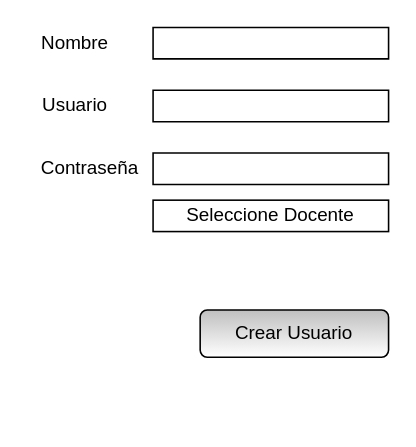
This is page "Registro Alumno" (2 of 4) of Formularios.drawio from fdearmas96/ObligatorioP1, a draw.io file, before an edit. Source tidied: cells renumbered, new cells numbered last; positions are measured from the earlier drawing's top-left corner, leaving out a move shared by most shapes. Both pictures are drawn from the tidied source at 157%, with x=0, y=0 at pixel (27, 27).
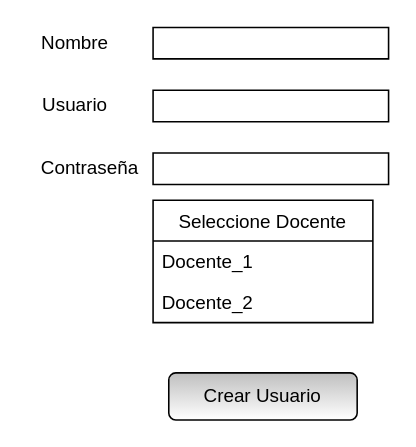
Above is the later version.

What changed in the source:
```diff
@@
 <mxGraphModel>
   <root>
     <mxCell id="0" />
     <mxCell id="1" parent="0" />
     <mxCell id="2" style="verticalLabelPosition=bottom;verticalAlign=top;html=1;shape=mxgraph.basic.rect;fillColor2=none;strokeWidth=1;size=20;indent=5;" parent="1" vertex="1">
       <mxGeometry x="80" width="150" height="20" as="geometry" />
     </mxCell>
     <mxCell id="3" value="Nombre" style="text;html=1;align=center;verticalAlign=middle;strokeColor=none;" parent="1" vertex="1">
       <mxGeometry width="60" height="20" as="geometry" />
     </mxCell>
     <mxCell id="4" style="verticalLabelPosition=bottom;verticalAlign=top;html=1;shape=mxgraph.basic.rect;fillColor2=none;strokeWidth=1;size=20;indent=5;" parent="1" vertex="1">
       <mxGeometry x="80" y="40" width="150" height="20" as="geometry" />
     </mxCell>
     <mxCell id="5" value="Usuario" style="text;html=1;align=center;verticalAlign=middle;strokeColor=none;" parent="1" vertex="1">
       <mxGeometry y="40" width="60" height="20" as="geometry" />
     </mxCell>
     <mxCell id="6" style="verticalLabelPosition=bottom;verticalAlign=top;html=1;shape=mxgraph.basic.rect;fillColor2=none;strokeWidth=1;size=20;indent=5;" parent="1" vertex="1">
       <mxGeometry x="80" y="80" width="150" height="20" as="geometry" />
     </mxCell>
     <mxCell id="7" value="Contraseña" style="text;html=1;strokeColor=none;fillColor=none;align=center;verticalAlign=middle;whiteSpace=wrap;rounded=0;" parent="1" vertex="1">
       <mxGeometry x="20" y="80" width="40" height="20" as="geometry" />
     </mxCell>
     <mxCell id="8" value="Crear Usuario" style="rounded=1;whiteSpace=wrap;html=1;gradientColor=#ffffff;fillColor=#BFBFBF;" parent="1" vertex="1">
-      <mxGeometry x="110" y="180" width="120" height="30" as="geometry" />
+      <mxGeometry x="90" y="220" width="120" height="30" as="geometry" />
     </mxCell>
-    <mxCell id="9" value="Seleccione Docente" style="rounded=0;whiteSpace=wrap;html=1;gradientColor=#ffffff;fillColor=#FFFFFF;" parent="1" vertex="1">
-      <mxGeometry x="80" y="110" width="150" height="20" as="geometry" />
+    <mxCell id="9" value="Seleccione Docente" style="swimlane;fontStyle=0;horizontal=1;startSize=26;" parent="1" vertex="1">
+      <mxGeometry x="80" y="110" width="140" height="78" as="geometry" />
     </mxCell>
+    <mxCell id="10" value="Docente_1" style="text;strokeColor=none;fillColor=none;align=left;verticalAlign=top;spacingLeft=4;spacingRight=4;overflow=hidden;" parent="9" vertex="1">
+      <mxGeometry y="26" width="140" height="26" as="geometry" />
+    </mxCell>
+    <mxCell id="11" value="Docente_2" style="text;strokeColor=none;fillColor=none;align=left;verticalAlign=top;spacingLeft=4;spacingRight=4;overflow=hidden;" parent="9" vertex="1">
+      <mxGeometry y="52" width="140" height="26" as="geometry" />
+    </mxCell>
   </root>
 </mxGraphModel>
```
